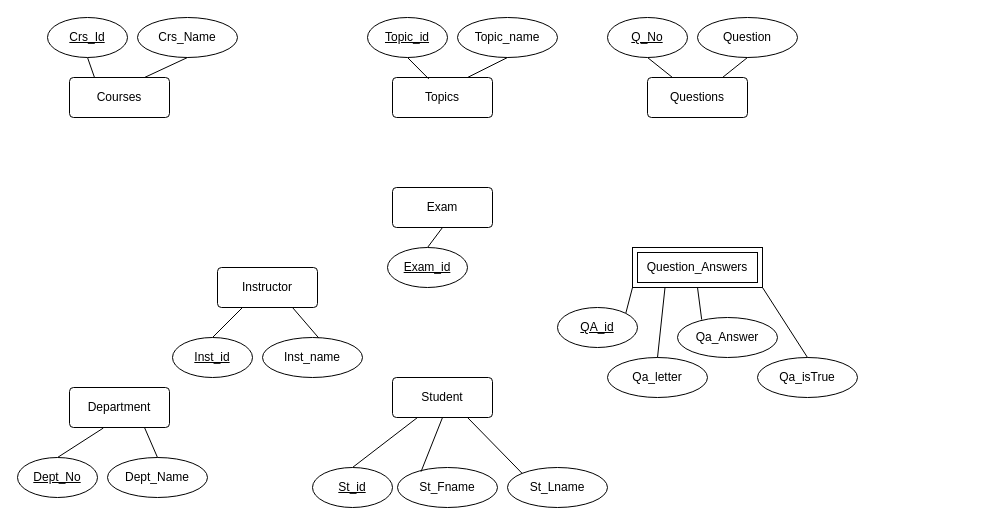
This is MCQ Exam System.drawio from Mostafa-Bkry/MCQ_Examination_System_Database, a draw.io file, before an edit. Source tidied: cells renumbered, new cells numbered last; positions are measured from the earlier drawing's top-left corner, leaving out a move shared by most shapes. Both pictures are drawn from the tidied source at 100%, with x=0, y=0 at pixel (17, 17).
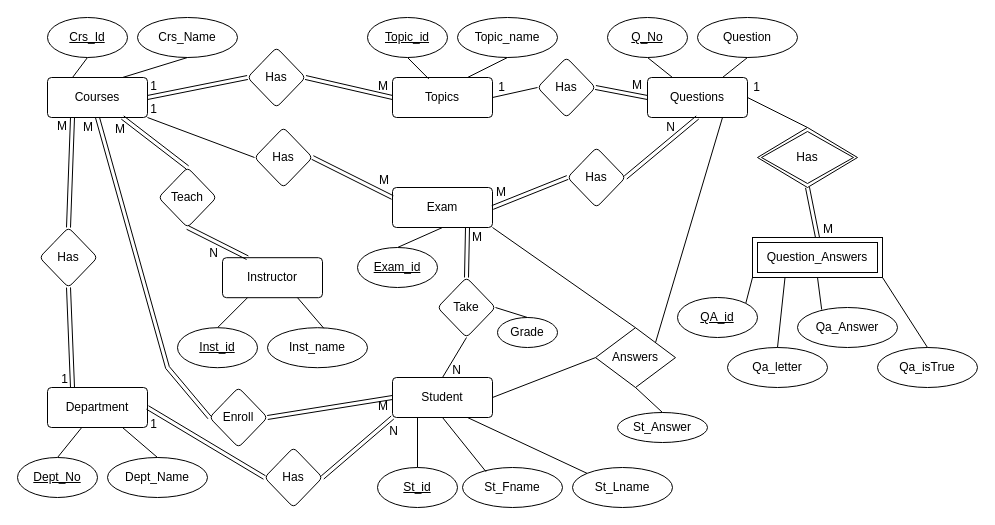
The same page after the edit.

Commit message:
Added Relationships With participation

The change refers to these unchanged cells:
```xml
<mxCell id="4" value="Topics" style="rounded=1;arcSize=10;whiteSpace=wrap;html=1;align=center;" parent="1" vertex="1">
  <mxGeometry x="375" y="60" width="100" height="40" as="geometry" />
</mxCell>
<mxCell id="5" value="Exam" style="rounded=1;arcSize=10;whiteSpace=wrap;html=1;align=center;" parent="1" vertex="1">
  <mxGeometry x="375" y="170" width="100" height="40" as="geometry" />
</mxCell>
<mxCell id="6" value="Student" style="rounded=1;arcSize=10;whiteSpace=wrap;html=1;align=center;" parent="1" vertex="1">
  <mxGeometry x="375" y="360" width="100" height="40" as="geometry" />
</mxCell>
<mxCell id="8" value="Questions" style="rounded=1;arcSize=10;whiteSpace=wrap;html=1;align=center;" parent="1" vertex="1">
  <mxGeometry x="630" y="60" width="100" height="40" as="geometry" />
</mxCell>
```

Diff of the diagram source:
```diff
@@
     <mxCell id="2" value="Courses" style="rounded=1;arcSize=10;whiteSpace=wrap;html=1;align=center;" parent="1" vertex="1">
-      <mxGeometry x="52" y="60" width="100" height="40" as="geometry" />
+      <mxGeometry x="30" y="60" width="100" height="40" as="geometry" />
     </mxCell>
     <mxCell id="3" value="Instructor" style="rounded=1;arcSize=10;whiteSpace=wrap;html=1;align=center;" parent="1" vertex="1">
-      <mxGeometry x="200" y="250" width="100" height="40" as="geometry" />
+      <mxGeometry x="205" y="240.2" width="100" height="40" as="geometry" />
     </mxCell>
@@
     <mxCell id="7" value="Department" style="rounded=1;arcSize=10;whiteSpace=wrap;html=1;align=center;" parent="1" vertex="1">
-      <mxGeometry x="52" y="370" width="100" height="40" as="geometry" />
+      <mxGeometry x="30" y="370" width="100" height="40" as="geometry" />
     </mxCell>
@@
     <mxCell id="22" value="St_Fname" style="ellipse;whiteSpace=wrap;html=1;align=center;" parent="1" vertex="1">
-      <mxGeometry x="380" y="450" width="100" height="40" as="geometry" />
+      <mxGeometry x="445" y="450" width="100" height="40" as="geometry" />
     </mxCell>
@@
     <mxCell id="24" value="St_id" style="ellipse;whiteSpace=wrap;html=1;align=center;fontStyle=4;" parent="1" vertex="1">
-      <mxGeometry x="295" y="450" width="80" height="40" as="geometry" />
+      <mxGeometry x="360" y="450" width="80" height="40" as="geometry" />
     </mxCell>
@@
     <mxCell id="26" value="Inst_name" style="ellipse;whiteSpace=wrap;html=1;align=center;" parent="1" vertex="1">
-      <mxGeometry x="245" y="320" width="100" height="40" as="geometry" />
+      <mxGeometry x="250" y="310.2" width="100" height="40" as="geometry" />
     </mxCell>
@@
     <mxCell id="28" value="Inst_id" style="ellipse;whiteSpace=wrap;html=1;align=center;fontStyle=4;" parent="1" vertex="1">
-      <mxGeometry x="155" y="320" width="80" height="40" as="geometry" />
+      <mxGeometry x="160" y="310.2" width="80" height="40" as="geometry" />
     </mxCell>
@@
     <mxCell id="30" value="Exam_id" style="ellipse;whiteSpace=wrap;html=1;align=center;fontStyle=4;" parent="1" vertex="1">
-      <mxGeometry x="370" y="230" width="80" height="40" as="geometry" />
+      <mxGeometry x="340" y="230" width="80" height="40" as="geometry" />
     </mxCell>
@@
     <mxCell id="36" value="Qa_Answer" style="ellipse;whiteSpace=wrap;html=1;align=center;" parent="1" vertex="1">
-      <mxGeometry x="660" y="300" width="100" height="40" as="geometry" />
+      <mxGeometry x="780" y="290" width="100" height="40" as="geometry" />
     </mxCell>
@@
     <mxCell id="38" value="QA_id" style="ellipse;whiteSpace=wrap;html=1;align=center;fontStyle=4;" parent="1" vertex="1">
-      <mxGeometry x="540" y="290" width="80" height="40" as="geometry" />
+      <mxGeometry x="660" y="280" width="80" height="40" as="geometry" />
     </mxCell>
     <mxCell id="39" value="Question_Answers" style="shape=ext;margin=3;double=1;whiteSpace=wrap;html=1;align=center;" parent="1" vertex="1">
-      <mxGeometry x="615" y="230" width="130" height="40" as="geometry" />
+      <mxGeometry x="735" y="220" width="130" height="40" as="geometry" />
     </mxCell>
     <mxCell id="40" value="St_Lname" style="ellipse;whiteSpace=wrap;html=1;align=center;" parent="1" vertex="1">
-      <mxGeometry x="490" y="450" width="100" height="40" as="geometry" />
+      <mxGeometry x="555" y="450" width="100" height="40" as="geometry" />
     </mxCell>
@@
     <mxCell id="42" value="Qa_letter" style="ellipse;whiteSpace=wrap;html=1;align=center;" parent="1" vertex="1">
-      <mxGeometry x="590" y="340" width="100" height="40" as="geometry" />
+      <mxGeometry x="710" y="330" width="100" height="40" as="geometry" />
     </mxCell>
@@
     <mxCell id="44" value="Qa_isTrue" style="ellipse;whiteSpace=wrap;html=1;align=center;" parent="1" vertex="1">
-      <mxGeometry x="740" y="340" width="100" height="40" as="geometry" />
+      <mxGeometry x="860" y="330" width="100" height="40" as="geometry" />
     </mxCell>
@@
+    <mxCell id="46" value="Has" style="rhombus;whiteSpace=wrap;html=1;rounded=1;arcSize=10;" parent="1" vertex="1">
+      <mxGeometry x="22" y="210" width="58" height="60" as="geometry" />
+    </mxCell>
+    <mxCell id="47" style="shape=link;html=1;rounded=0;exitX=0.5;exitY=1;exitDx=0;exitDy=0;entryX=0.25;entryY=0;entryDx=0;entryDy=0;" parent="1" edge="1" source="46" target="7">
+      <mxGeometry relative="1" as="geometry" />
+    </mxCell>
+    <mxCell id="48" value="1" style="html=1;whiteSpace=wrap;align=right;verticalAlign=bottom;" parent="47" vertex="1">
+      <mxGeometry x="1" relative="1" as="geometry">
+        <mxPoint x="-3" as="offset" />
+      </mxGeometry>
+    </mxCell>
+    <mxCell id="49" style="shape=link;html=1;rounded=0;exitX=0.5;exitY=0;exitDx=0;exitDy=0;entryX=0.25;entryY=1;entryDx=0;entryDy=0;" parent="1" edge="1" source="46" target="2">
+      <mxGeometry relative="1" as="geometry" />
+    </mxCell>
+    <mxCell id="50" value="M" style="html=1;whiteSpace=wrap;align=right;verticalAlign=bottom;" parent="49" vertex="1">
+      <mxGeometry x="1" relative="1" as="geometry">
+        <mxPoint x="-4" y="17" as="offset" />
+      </mxGeometry>
+    </mxCell>
+    <mxCell id="51" value="Has" style="rhombus;whiteSpace=wrap;html=1;rounded=1;arcSize=10;" parent="1" vertex="1">
+      <mxGeometry x="230" y="30" width="58" height="60" as="geometry" />
+    </mxCell>
+    <mxCell id="52" style="shape=link;html=1;rounded=0;exitX=1;exitY=0.5;exitDx=0;exitDy=0;entryX=0;entryY=0.5;entryDx=0;entryDy=0;" parent="1" edge="1" source="51" target="4">
+      <mxGeometry relative="1" as="geometry" />
+    </mxCell>
+    <mxCell id="53" value="M" style="html=1;whiteSpace=wrap;align=right;verticalAlign=bottom;" parent="52" vertex="1">
+      <mxGeometry x="1" relative="1" as="geometry">
+        <mxPoint x="-3" y="-3" as="offset" />
+      </mxGeometry>
+    </mxCell>
+    <mxCell id="54" style="shape=link;html=1;rounded=0;exitX=0;exitY=0.5;exitDx=0;exitDy=0;entryX=1;entryY=0.5;entryDx=0;entryDy=0;" parent="1" edge="1" source="51" target="2">
+      <mxGeometry relative="1" as="geometry" />
+    </mxCell>
+    <mxCell id="55" value="1" style="html=1;whiteSpace=wrap;align=right;verticalAlign=bottom;" parent="54" vertex="1">
+      <mxGeometry x="1" relative="1" as="geometry">
+        <mxPoint x="11" y="-3" as="offset" />
+      </mxGeometry>
+    </mxCell>
+    <mxCell id="56" value="Teach" style="rhombus;whiteSpace=wrap;html=1;rounded=1;arcSize=10;" parent="1" vertex="1">
+      <mxGeometry x="141" y="150" width="58" height="60" as="geometry" />
+    </mxCell>
+    <mxCell id="57" style="shape=link;html=1;rounded=0;exitX=0.5;exitY=1;exitDx=0;exitDy=0;entryX=0.25;entryY=0;entryDx=0;entryDy=0;" parent="1" edge="1" source="56" target="3">
+      <mxGeometry relative="1" as="geometry" />
+    </mxCell>
+    <mxCell id="58" value="N" style="html=1;whiteSpace=wrap;align=right;verticalAlign=bottom;" parent="57" vertex="1">
+      <mxGeometry x="1" relative="1" as="geometry">
+        <mxPoint x="-28" y="4" as="offset" />
+      </mxGeometry>
+    </mxCell>
+    <mxCell id="59" style="shape=link;html=1;rounded=0;exitX=0.5;exitY=0;exitDx=0;exitDy=0;entryX=0.75;entryY=1;entryDx=0;entryDy=0;" parent="1" edge="1" source="56" target="2">
+      <mxGeometry relative="1" as="geometry" />
+    </mxCell>
+    <mxCell id="60" value="M" style="html=1;whiteSpace=wrap;align=right;verticalAlign=bottom;" parent="59" vertex="1">
+      <mxGeometry x="1" relative="1" as="geometry">
+        <mxPoint x="4" y="20" as="offset" />
+      </mxGeometry>
+    </mxCell>
+    <mxCell id="61" value="Has" style="rhombus;whiteSpace=wrap;html=1;rounded=1;arcSize=10;" parent="1" vertex="1">
+      <mxGeometry x="237" y="110" width="58" height="60" as="geometry" />
+    </mxCell>
+    <mxCell id="62" style="shape=link;html=1;rounded=0;exitX=1;exitY=0.5;exitDx=0;exitDy=0;entryX=0;entryY=0.25;entryDx=0;entryDy=0;" parent="1" edge="1" source="61" target="5">
+      <mxGeometry relative="1" as="geometry" />
+    </mxCell>
+    <mxCell id="63" value="M" style="html=1;whiteSpace=wrap;align=right;verticalAlign=bottom;" parent="62" vertex="1">
+      <mxGeometry x="1" relative="1" as="geometry">
+        <mxPoint x="-2" y="-9" as="offset" />
+      </mxGeometry>
+    </mxCell>
+    <mxCell id="64" style="endArrow=none;html=1;rounded=0;entryX=1;entryY=1;entryDx=0;entryDy=0;exitX=0;exitY=0.5;exitDx=0;exitDy=0;" parent="1" edge="1" source="61" target="2">
+      <mxGeometry relative="1" as="geometry" />
+    </mxCell>
+    <mxCell id="65" value="1" style="html=1;whiteSpace=wrap;align=right;verticalAlign=bottom;" parent="64" vertex="1">
+      <mxGeometry x="1" relative="1" as="geometry">
+        <mxPoint x="11" as="offset" />
+      </mxGeometry>
+    </mxCell>
+    <mxCell id="66" value="Has" style="rhombus;whiteSpace=wrap;html=1;rounded=1;arcSize=10;" parent="1" vertex="1">
+      <mxGeometry x="520" y="40" width="58" height="60" as="geometry" />
+    </mxCell>
+    <mxCell id="67" style="shape=link;html=1;rounded=0;exitX=1;exitY=0.5;exitDx=0;exitDy=0;entryX=0;entryY=0.5;entryDx=0;entryDy=0;" parent="1" edge="1" source="66" target="8">
+      <mxGeometry relative="1" as="geometry" />
+    </mxCell>
+    <mxCell id="68" value="M" style="html=1;whiteSpace=wrap;align=right;verticalAlign=bottom;" parent="67" vertex="1">
+      <mxGeometry x="1" relative="1" as="geometry">
+        <mxPoint x="-4" y="-4" as="offset" />
+      </mxGeometry>
+    </mxCell>
+    <mxCell id="69" style="endArrow=none;html=1;rounded=0;entryX=1;entryY=0.5;entryDx=0;entryDy=0;exitX=0;exitY=0.5;exitDx=0;exitDy=0;" parent="1" edge="1" source="66" target="4">
+      <mxGeometry relative="1" as="geometry" />
+    </mxCell>
+    <mxCell id="70" value="1" style="html=1;whiteSpace=wrap;align=right;verticalAlign=bottom;" parent="69" vertex="1">
+      <mxGeometry x="1" relative="1" as="geometry">
+        <mxPoint x="14" y="-2" as="offset" />
+      </mxGeometry>
+    </mxCell>
+    <mxCell id="71" value="Enroll" style="rhombus;whiteSpace=wrap;html=1;rounded=1;arcSize=10;" parent="1" vertex="1">
+      <mxGeometry x="192" y="370" width="58" height="60" as="geometry" />
+    </mxCell>
+    <mxCell id="72" style="shape=link;html=1;rounded=0;exitX=1;exitY=0.5;exitDx=0;exitDy=0;entryX=0;entryY=0.5;entryDx=0;entryDy=0;" parent="1" edge="1" source="71" target="6">
+      <mxGeometry relative="1" as="geometry" />
+    </mxCell>
+    <mxCell id="73" value="N" style="html=1;whiteSpace=wrap;align=right;verticalAlign=bottom;" parent="72" vertex="1">
+      <mxGeometry x="1" relative="1" as="geometry">
+        <mxPoint x="7" y="42" as="offset" />
+      </mxGeometry>
+    </mxCell>
+    <mxCell id="74" style="shape=link;html=1;rounded=0;exitX=0;exitY=0.5;exitDx=0;exitDy=0;entryX=0.5;entryY=1;entryDx=0;entryDy=0;" parent="1" edge="1" source="71" target="2">
+      <mxGeometry relative="1" as="geometry">
+        <Array as="points">
+          <mxPoint x="150" y="350" />
+        </Array>
+      </mxGeometry>
+    </mxCell>
+    <mxCell id="75" value="M" style="html=1;whiteSpace=wrap;align=right;verticalAlign=bottom;" parent="74" vertex="1">
+      <mxGeometry x="1" relative="1" as="geometry">
+        <mxPoint x="-3" y="18" as="offset" />
+      </mxGeometry>
+    </mxCell>
+    <mxCell id="76" value="Has" style="rhombus;whiteSpace=wrap;html=1;rounded=1;arcSize=10;" parent="1" vertex="1">
+      <mxGeometry x="550" y="130" width="58" height="60" as="geometry" />
+    </mxCell>
+    <mxCell id="77" style="shape=link;html=1;rounded=0;exitX=1;exitY=0.5;exitDx=0;exitDy=0;entryX=0.5;entryY=1;entryDx=0;entryDy=0;" parent="1" edge="1" source="76" target="8">
+      <mxGeometry relative="1" as="geometry" />
+    </mxCell>
+    <mxCell id="78" value="N" style="html=1;whiteSpace=wrap;align=right;verticalAlign=bottom;" parent="77" vertex="1">
+      <mxGeometry x="1" relative="1" as="geometry">
+        <mxPoint x="-21" y="18" as="offset" />
+      </mxGeometry>
+    </mxCell>
+    <mxCell id="79" style="shape=link;html=1;rounded=0;exitX=0;exitY=0.5;exitDx=0;exitDy=0;entryX=1;entryY=0.5;entryDx=0;entryDy=0;" parent="1" edge="1" source="76" target="5">
+      <mxGeometry relative="1" as="geometry" />
+    </mxCell>
+    <mxCell id="80" value="M" style="html=1;whiteSpace=wrap;align=right;verticalAlign=bottom;" parent="79" vertex="1">
+      <mxGeometry x="1" relative="1" as="geometry">
+        <mxPoint x="15" y="-7" as="offset" />
+      </mxGeometry>
+    </mxCell>
+    <mxCell id="81" value="Take" style="rhombus;whiteSpace=wrap;html=1;rounded=1;arcSize=10;" parent="1" vertex="1">
+      <mxGeometry x="420" y="260" width="58" height="60" as="geometry" />
+    </mxCell>
+    <mxCell id="82" style="shape=link;html=1;rounded=0;exitX=0.5;exitY=0;exitDx=0;exitDy=0;entryX=0.75;entryY=1;entryDx=0;entryDy=0;" parent="1" edge="1" source="81" target="5">
+      <mxGeometry relative="1" as="geometry" />
+    </mxCell>
+    <mxCell id="83" value="M" style="html=1;whiteSpace=wrap;align=right;verticalAlign=bottom;" parent="82" vertex="1">
+      <mxGeometry x="1" relative="1" as="geometry">
+        <mxPoint x="16" y="18" as="offset" />
+      </mxGeometry>
+    </mxCell>
+    <mxCell id="84" style="endArrow=none;html=1;rounded=0;entryX=0.5;entryY=0;entryDx=0;entryDy=0;exitX=0.5;exitY=1;exitDx=0;exitDy=0;" parent="1" edge="1" source="81" target="6">
+      <mxGeometry relative="1" as="geometry" />
+    </mxCell>
+    <mxCell id="85" value="N" style="html=1;whiteSpace=wrap;align=right;verticalAlign=bottom;" parent="84" vertex="1">
+      <mxGeometry x="1" relative="1" as="geometry">
+        <mxPoint x="20" y="1" as="offset" />
+      </mxGeometry>
+    </mxCell>
+    <mxCell id="86" value="Grade" style="ellipse;whiteSpace=wrap;html=1;align=center;" parent="1" vertex="1">
+      <mxGeometry x="480" y="300" width="60" height="30" as="geometry" />
+    </mxCell>
+    <mxCell id="87" style="endArrow=none;html=1;rounded=0;exitX=1;exitY=0.5;exitDx=0;exitDy=0;entryX=0.5;entryY=0;entryDx=0;entryDy=0;" parent="1" edge="1" source="81" target="86">
+      <mxGeometry relative="1" as="geometry" />
+    </mxCell>
+    <mxCell id="88" value="Has" style="shape=rhombus;double=1;perimeter=rhombusPerimeter;whiteSpace=wrap;html=1;align=center;" parent="1" vertex="1">
+      <mxGeometry x="740" y="110" width="100" height="60" as="geometry" />
+    </mxCell>
+    <mxCell id="89" style="shape=link;html=1;rounded=0;exitX=0.5;exitY=1;exitDx=0;exitDy=0;entryX=0.5;entryY=0;entryDx=0;entryDy=0;" parent="1" edge="1" source="88" target="39">
+      <mxGeometry relative="1" as="geometry" />
+    </mxCell>
+    <mxCell id="90" value="M" style="html=1;whiteSpace=wrap;align=right;verticalAlign=bottom;" parent="89" vertex="1">
+      <mxGeometry x="1" relative="1" as="geometry">
+        <mxPoint x="17" as="offset" />
+      </mxGeometry>
+    </mxCell>
+    <mxCell id="91" style="endArrow=none;html=1;rounded=0;entryX=1;entryY=0.5;entryDx=0;entryDy=0;exitX=0.5;exitY=0;exitDx=0;exitDy=0;" parent="1" edge="1" source="88" target="8">
+      <mxGeometry relative="1" as="geometry" />
+    </mxCell>
+    <mxCell id="92" value="1" style="html=1;whiteSpace=wrap;align=right;verticalAlign=bottom;" parent="91" vertex="1">
+      <mxGeometry x="1" relative="1" as="geometry">
+        <mxPoint x="14" y="-2" as="offset" />
+      </mxGeometry>
+    </mxCell>
+    <mxCell id="93" value="Answers" style="shape=rhombus;perimeter=rhombusPerimeter;whiteSpace=wrap;html=1;align=center;" parent="1" vertex="1">
+      <mxGeometry x="578" y="310.2" width="80" height="59.8" as="geometry" />
+    </mxCell>
+    <mxCell id="94" style="endArrow=none;html=1;rounded=0;exitX=1;exitY=0.5;exitDx=0;exitDy=0;entryX=0;entryY=0.5;entryDx=0;entryDy=0;" parent="1" edge="1" source="6" target="93">
+      <mxGeometry relative="1" as="geometry" />
+    </mxCell>
+    <mxCell id="95" style="endArrow=none;html=1;rounded=0;exitX=1;exitY=1;exitDx=0;exitDy=0;entryX=0.5;entryY=0;entryDx=0;entryDy=0;" parent="1" edge="1" source="5" target="93">
+      <mxGeometry relative="1" as="geometry" />
+    </mxCell>
+    <mxCell id="96" style="endArrow=none;html=1;rounded=0;exitX=0.75;exitY=1;exitDx=0;exitDy=0;entryX=1;entryY=0;entryDx=0;entryDy=0;" parent="1" edge="1" source="8" target="93">
+      <mxGeometry relative="1" as="geometry" />
+    </mxCell>
+    <mxCell id="97" value="St_Answer" style="ellipse;whiteSpace=wrap;html=1;align=center;" parent="1" vertex="1">
+      <mxGeometry x="600" y="395" width="90" height="30" as="geometry" />
+    </mxCell>
+    <mxCell id="98" style="endArrow=none;html=1;rounded=0;exitX=0.5;exitY=1;exitDx=0;exitDy=0;entryX=0.5;entryY=0;entryDx=0;entryDy=0;" parent="1" edge="1" source="93" target="97">
+      <mxGeometry relative="1" as="geometry" />
+    </mxCell>
+    <mxCell id="99" value="Has" style="rhombus;whiteSpace=wrap;html=1;rounded=1;arcSize=10;" parent="1" vertex="1">
+      <mxGeometry x="247" y="430" width="58" height="60" as="geometry" />
+    </mxCell>
+    <mxCell id="100" style="shape=link;html=1;rounded=0;exitX=1;exitY=0.5;exitDx=0;exitDy=0;entryX=0;entryY=1;entryDx=0;entryDy=0;" parent="1" edge="1" source="99" target="6">
+      <mxGeometry relative="1" as="geometry" />
+    </mxCell>
+    <mxCell id="101" value="M" style="html=1;whiteSpace=wrap;align=right;verticalAlign=bottom;" parent="100" vertex="1">
+      <mxGeometry x="1" relative="1" as="geometry">
+        <mxPoint x="-3" y="-3" as="offset" />
+      </mxGeometry>
+    </mxCell>
+    <mxCell id="102" style="shape=link;html=1;rounded=0;exitX=0;exitY=0.5;exitDx=0;exitDy=0;entryX=1;entryY=0.5;entryDx=0;entryDy=0;" parent="1" edge="1" source="99" target="7">
+      <mxGeometry relative="1" as="geometry" />
+    </mxCell>
+    <mxCell id="103" value="1" style="html=1;whiteSpace=wrap;align=right;verticalAlign=bottom;" parent="102" vertex="1">
+      <mxGeometry x="1" relative="1" as="geometry">
+        <mxPoint x="11" y="25" as="offset" />
+      </mxGeometry>
+    </mxCell>
```
